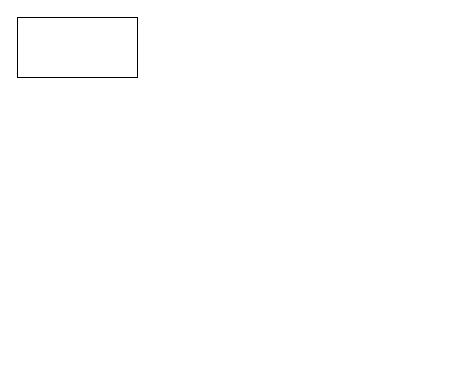
scofier/scofier.github.io keeps this draw.io diagram as 企业系统业务流程.drawio. Above is the earlier version. Source tidied: cells renumbered, new cells numbered last; positions are measured from the earlier drawing's top-left corner, leaving out a move shared by most shapes. Both pictures are drawn from the tidied source at 100%, with x=0, y=0 at pixel (17, 17).
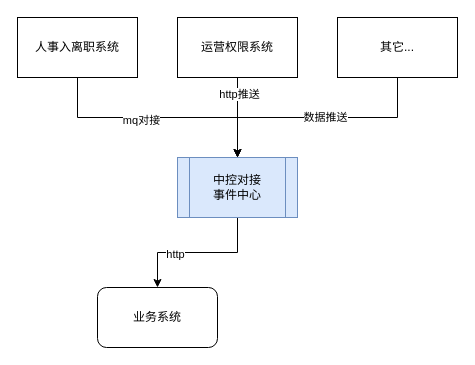
The same diagram, later.

Commit message:
更新企业系统业务流程.drawio

What changed in the source:
```diff
@@
 <mxGraphModel>
   <root>
     <mxCell id="0" />
     <mxCell id="1" parent="0" />
+    <mxCell id="3" style="edgeStyle=orthogonalEdgeStyle;rounded=0;jettySize=auto;html=1;exitX=0.5;exitY=1;exitDx=0;exitDy=0;entryX=0.5;entryY=0;entryDx=0;entryDy=0;" parent="1" edge="1" source="2" target="13">
+      <mxGeometry relative="1" as="geometry" />
+    </mxCell>
+    <mxCell id="4" value="mq对接" style="edgeLabel;html=1;align=center;verticalAlign=middle;" parent="3" vertex="1">
+      <mxGeometry x="-0.14" y="-2" relative="1" as="geometry" />
+    </mxCell>
-    <mxCell id="2" style="rounded=0;whiteSpace=wrap;html=1;" parent="1" vertex="1">
+    <mxCell id="2" value="人事入离职系统" style="rounded=0;whiteSpace=wrap;html=1;" parent="1" vertex="1">
       <mxGeometry width="120" height="60" as="geometry" />
     </mxCell>
+    <mxCell id="5" style="edgeStyle=orthogonalEdgeStyle;rounded=0;jettySize=auto;html=1;exitX=0.5;exitY=1;exitDx=0;exitDy=0;" parent="1" edge="1" source="7" target="13">
+      <mxGeometry relative="1" as="geometry" />
+    </mxCell>
+    <mxCell id="6" value="http推送" style="edgeLabel;html=1;align=center;verticalAlign=middle;" parent="5" vertex="1">
+      <mxGeometry x="-0.6" y="1" relative="1" as="geometry" />
+    </mxCell>
+    <mxCell id="7" value="运营权限系统" style="rounded=0;whiteSpace=wrap;html=1;" parent="1" vertex="1">
+      <mxGeometry x="160" width="120" height="60" as="geometry" />
+    </mxCell>
+    <mxCell id="8" style="edgeStyle=orthogonalEdgeStyle;rounded=0;jettySize=auto;html=1;exitX=0.5;exitY=1;exitDx=0;exitDy=0;" parent="1" edge="1" source="10" target="13">
+      <mxGeometry relative="1" as="geometry" />
+    </mxCell>
+    <mxCell id="9" value="数据推送" style="edgeLabel;html=1;align=center;verticalAlign=middle;" parent="8" vertex="1">
+      <mxGeometry x="-0.06" y="-1" relative="1" as="geometry" />
+    </mxCell>
+    <mxCell id="10" value="其它..." style="rounded=0;whiteSpace=wrap;html=1;" parent="1" vertex="1">
+      <mxGeometry x="320" width="120" height="60" as="geometry" />
+    </mxCell>
+    <mxCell id="11" style="edgeStyle=orthogonalEdgeStyle;rounded=0;jettySize=auto;html=1;exitX=0.5;exitY=1;exitDx=0;exitDy=0;" parent="1" edge="1" source="13" target="14">
+      <mxGeometry relative="1" as="geometry" />
+    </mxCell>
+    <mxCell id="12" value="http" style="edgeLabel;html=1;align=center;verticalAlign=middle;" parent="11" vertex="1">
+      <mxGeometry x="0.31" y="1" relative="1" as="geometry" />
+    </mxCell>
+    <mxCell id="13" value="中控对接&lt;br&gt;事件中心" style="shape=process;whiteSpace=wrap;html=1;backgroundOutline=1;fillColor=#dae8fc;strokeColor=#6c8ebf;" parent="1" vertex="1">
+      <mxGeometry x="160" y="140" width="120" height="60" as="geometry" />
+    </mxCell>
+    <mxCell id="14" value="业务系统" style="rounded=1;whiteSpace=wrap;html=1;" parent="1" vertex="1">
+      <mxGeometry x="80" y="270" width="120" height="60" as="geometry" />
+    </mxCell>
   </root>
 </mxGraphModel>
```
